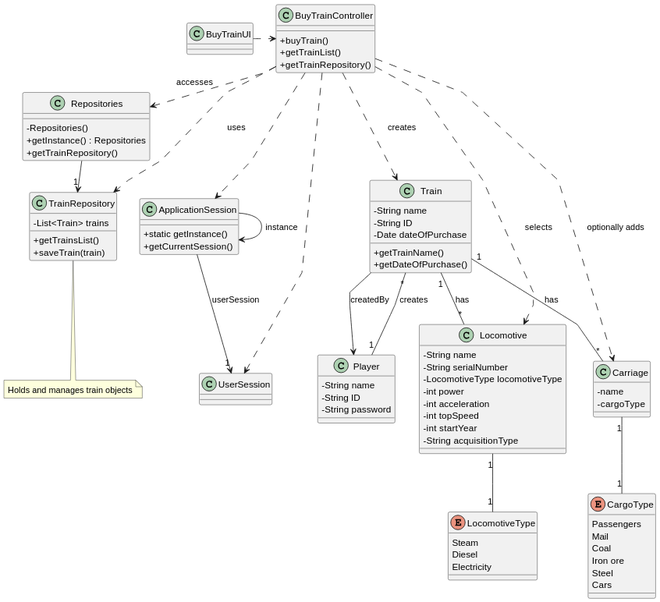
Above: docs/sprint2/us009/03.design/svg/us009-class-diagram.svg in ivasduarte/all-aboard (PlantUML), before the change.
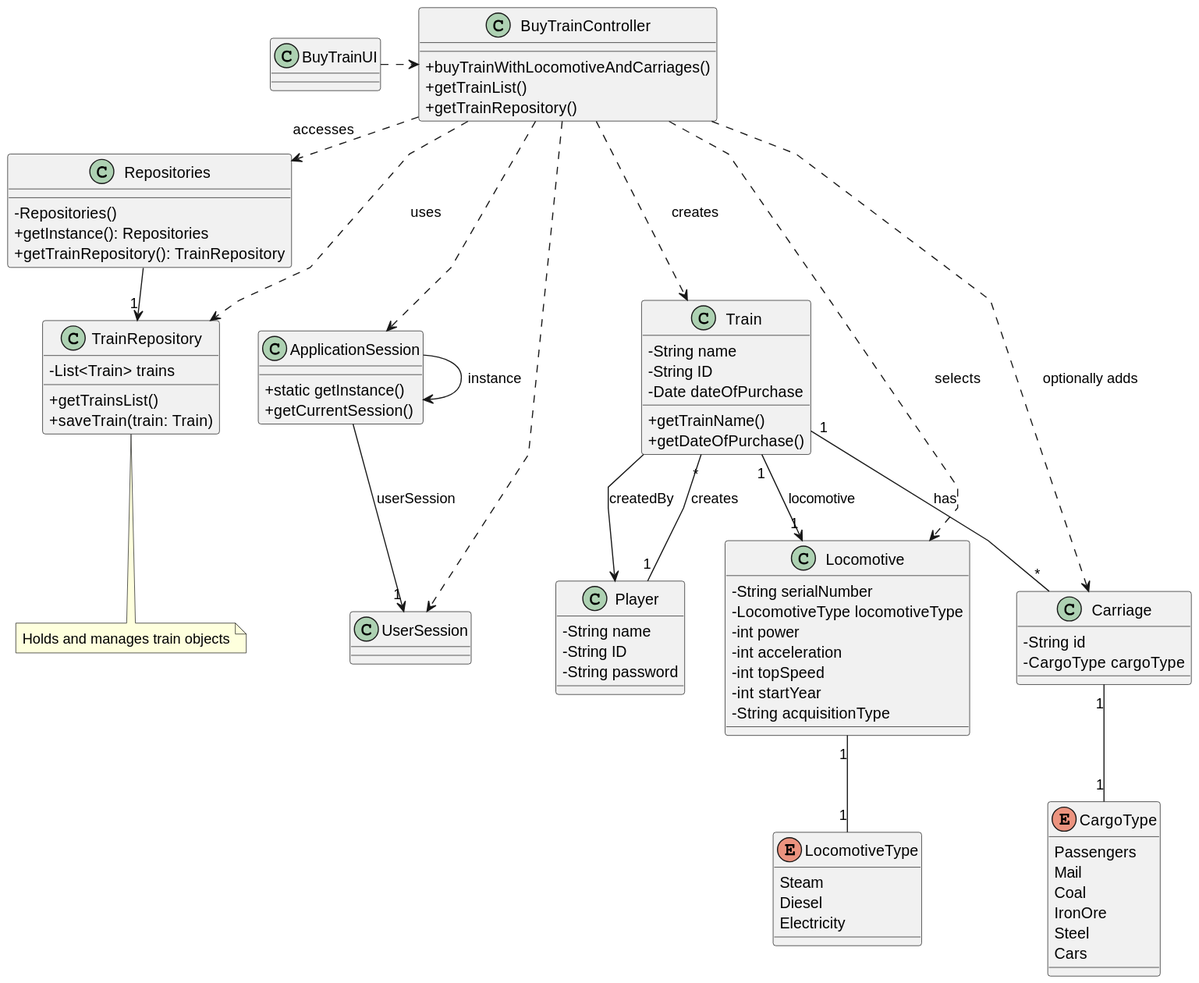
Later version of the same file.

Commit message:
US009(docs): updates on the diagrams (added option to add carriage)

The edit, as a diff of the source:
```diff
@@ -28,7 +28,6 @@
 }
 
 class Locomotive {
-    - String name
     - String serialNumber
     - LocomotiveType locomotiveType
     - int power
@@ -45,15 +44,15 @@
 }
 
 class Carriage {
-    - name
-    - cargoType
+    - String id
+    - CargoType cargoType
 }
 
 enum CargoType {
     Passengers
     Mail
     Coal
-    Iron ore
+    IronOre
     Steel
     Cars
 }
@@ -61,23 +60,24 @@
 class TrainRepository {
     - List<Train> trains
     + getTrainsList()
-    + saveTrain(train)
+    + saveTrain(train: Train)
 }
 
 class Repositories {
     - Repositories()
-    + getInstance() : Repositories
-    + getTrainRepository()
+    + getInstance(): Repositories
+    + getTrainRepository(): TrainRepository
 }
 
 class BuyTrainController {
-    + buyTrain()
+    + buyTrainWithLocomotiveAndCarriages()
     + getTrainList()
     + getTrainRepository()
 }
 
 class BuyTrainUI {
 }
+
 
 BuyTrainUI .> BuyTrainController
 BuyTrainController .> Repositories : accesses
@@ -93,7 +93,8 @@
 
 Repositories -> "1" TrainRepository
 
-Train "1" -- "*" Locomotive : has
+
+Train "1" --> "1" Locomotive : locomotive
 Train "1" -- "*" Carriage : has
 Player "1" -- "*" Train : creates
 
```
